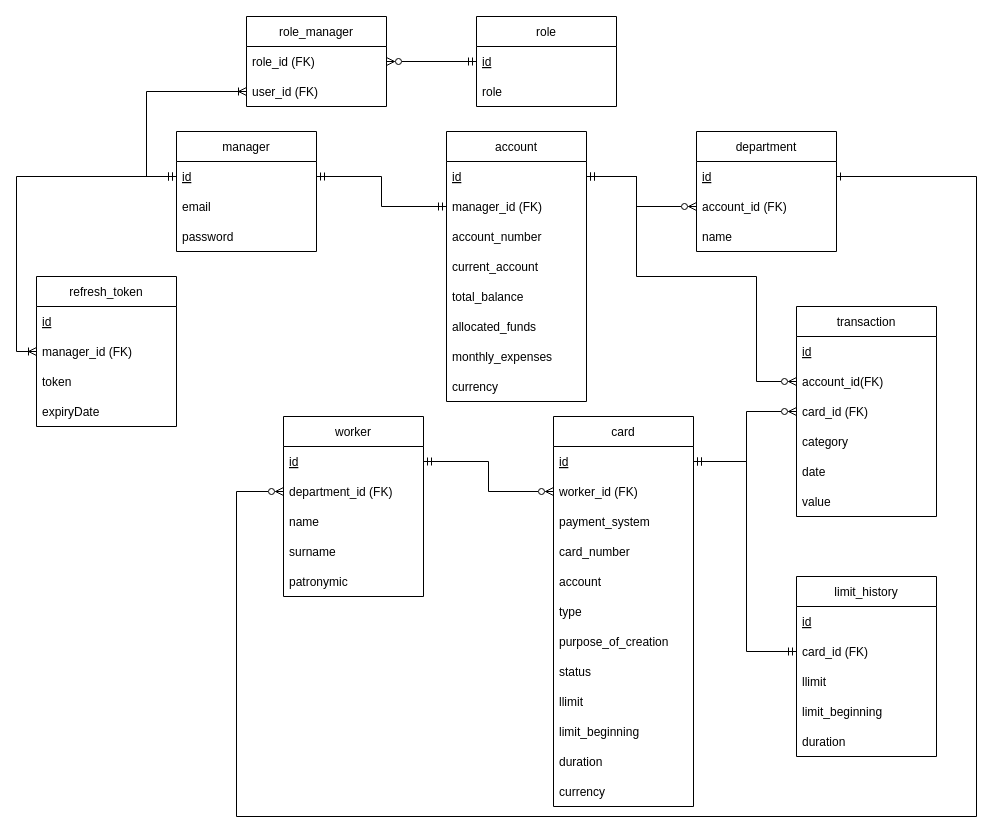
Earlier version of the draw.io diagram xxxMyRemarks/db.drawio (Vova-oss/VTBhack). Source tidied: cells renumbered, new cells numbered last; positions are measured from the earlier drawing's top-left corner, leaving out a move shared by most shapes. Both pictures are drawn from the tidied source at 100%, with x=0, y=0 at pixel (36, 16).
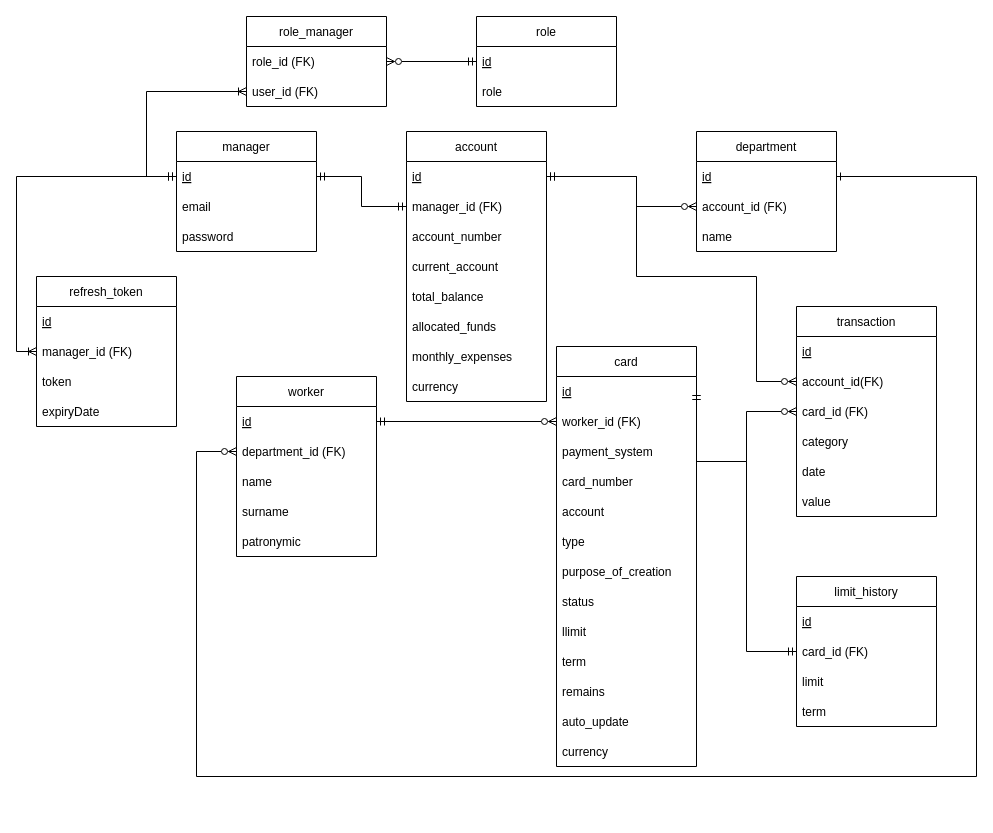
The same page after the edit.

The change refers to these unchanged cells:
```xml
<mxCell id="24" value="id" style="text;strokeColor=none;fillColor=none;align=left;verticalAlign=middle;spacingLeft=4;spacingRight=4;overflow=hidden;points=[[0,0.5],[1,0.5]];portConstraint=eastwest;fontStyle=4;" parent="23" vertex="1">
  <mxGeometry y="30" width="140" height="30" as="geometry" />
</mxCell>
<mxCell id="29" value="department_id (FK)" style="text;strokeColor=none;fillColor=none;align=left;verticalAlign=middle;spacingLeft=4;spacingRight=4;overflow=hidden;points=[[0,0.5],[1,0.5]];portConstraint=eastwest;" parent="27" vertex="1">
  <mxGeometry y="60" width="140" height="30" as="geometry" />
</mxCell>
```

Diff of the diagram source:
```diff
@@
     <mxCell id="10" value="card" style="swimlane;fontStyle=0;horizontal=1;startSize=30;" parent="1" vertex="1">
-      <mxGeometry x="517" y="400" width="140" height="390" as="geometry" />
+      <mxGeometry x="520" y="330" width="140" height="420" as="geometry" />
     </mxCell>
@@
-    <mxCell id="20" value="limit_beginning" style="text;strokeColor=none;fillColor=none;align=left;verticalAlign=middle;spacingLeft=4;spacingRight=4;overflow=hidden;" parent="10" vertex="1">
+    <mxCell id="20" value="term" style="text;strokeColor=none;fillColor=none;align=left;verticalAlign=middle;spacingLeft=4;spacingRight=4;overflow=hidden;" parent="10" vertex="1">
       <mxGeometry y="300" width="140" height="30" as="geometry" />
     </mxCell>
+    <mxCell id="72" value="remains" style="text;strokeColor=none;fillColor=none;align=left;verticalAlign=middle;spacingLeft=4;spacingRight=4;overflow=hidden;" parent="10" vertex="1">
+      <mxGeometry y="330" width="140" height="30" as="geometry" />
+    </mxCell>
-    <mxCell id="21" value="duration" style="text;strokeColor=none;fillColor=none;align=left;verticalAlign=middle;spacingLeft=4;spacingRight=4;overflow=hidden;" parent="10" vertex="1">
-      <mxGeometry y="330" width="140" height="30" as="geometry" />
+    <mxCell id="21" value="auto_update" style="text;strokeColor=none;fillColor=none;align=left;verticalAlign=middle;spacingLeft=4;spacingRight=4;overflow=hidden;" parent="10" vertex="1">
+      <mxGeometry y="360" width="140" height="30" as="geometry" />
     </mxCell>
     <mxCell id="22" value="currency" style="text;strokeColor=none;fillColor=none;align=left;verticalAlign=middle;spacingLeft=4;spacingRight=4;overflow=hidden;" parent="10" vertex="1">
-      <mxGeometry y="360" width="140" height="30" as="geometry" />
+      <mxGeometry y="390" width="140" height="30" as="geometry" />
     </mxCell>
@@
     <mxCell id="27" value="worker" style="swimlane;fontStyle=0;horizontal=1;startSize=30;" parent="1" vertex="1">
-      <mxGeometry x="247" y="400" width="140" height="180" as="geometry" />
+      <mxGeometry x="200" y="360" width="140" height="180" as="geometry" />
     </mxCell>
@@
     <mxCell id="40" value="account" style="swimlane;fontStyle=0;horizontal=1;startSize=30;" parent="1" vertex="1">
-      <mxGeometry x="410" y="115" width="140" height="270" as="geometry" />
+      <mxGeometry x="370" y="115" width="140" height="270" as="geometry" />
     </mxCell>
@@
     <mxCell id="50" style="edgeStyle=orthogonalEdgeStyle;rounded=0;jettySize=auto;html=1;entryX=0;entryY=0.5;entryDx=0;entryDy=0;startArrow=ERone;startFill=0;endArrow=ERzeroToMany;endFill=0;exitX=1;exitY=0.5;exitDx=0;exitDy=0;" parent="1" edge="1" source="24" target="29">
       <mxGeometry relative="1" as="geometry">
         <Array as="points">
           <mxPoint x="940" y="160" />
-          <mxPoint x="940" y="800" />
-          <mxPoint x="200" y="800" />
-          <mxPoint x="200" y="475" />
+          <mxPoint x="940" y="760" />
+          <mxPoint x="160" y="760" />
+          <mxPoint x="160" y="435" />
         </Array>
       </mxGeometry>
     </mxCell>
@@
     <mxCell id="66" value="limit_history" style="swimlane;fontStyle=0;horizontal=1;startSize=30;" parent="1" vertex="1">
-      <mxGeometry x="760" y="560" width="140" height="180" as="geometry" />
+      <mxGeometry x="760" y="560" width="140" height="150" as="geometry" />
     </mxCell>
@@
-    <mxCell id="69" value="llimit" style="text;strokeColor=none;fillColor=none;align=left;verticalAlign=middle;spacingLeft=4;spacingRight=4;overflow=hidden;" parent="66" vertex="1">
+    <mxCell id="69" value="limit" style="text;strokeColor=none;fillColor=none;align=left;verticalAlign=middle;spacingLeft=4;spacingRight=4;overflow=hidden;" parent="66" vertex="1">
       <mxGeometry y="90" width="140" height="30" as="geometry" />
     </mxCell>
-    <mxCell id="70" value="limit_beginning" style="text;strokeColor=none;fillColor=none;align=left;verticalAlign=middle;spacingLeft=4;spacingRight=4;overflow=hidden;" parent="66" vertex="1">
+    <mxCell id="70" value="term" style="text;strokeColor=none;fillColor=none;align=left;verticalAlign=middle;spacingLeft=4;spacingRight=4;overflow=hidden;" parent="66" vertex="1">
       <mxGeometry y="120" width="140" height="30" as="geometry" />
     </mxCell>
-    <mxCell id="71" value="duration" style="text;strokeColor=none;fillColor=none;align=left;verticalAlign=middle;spacingLeft=4;spacingRight=4;overflow=hidden;" parent="66" vertex="1">
-      <mxGeometry y="150" width="140" height="30" as="geometry" />
-    </mxCell>
```
